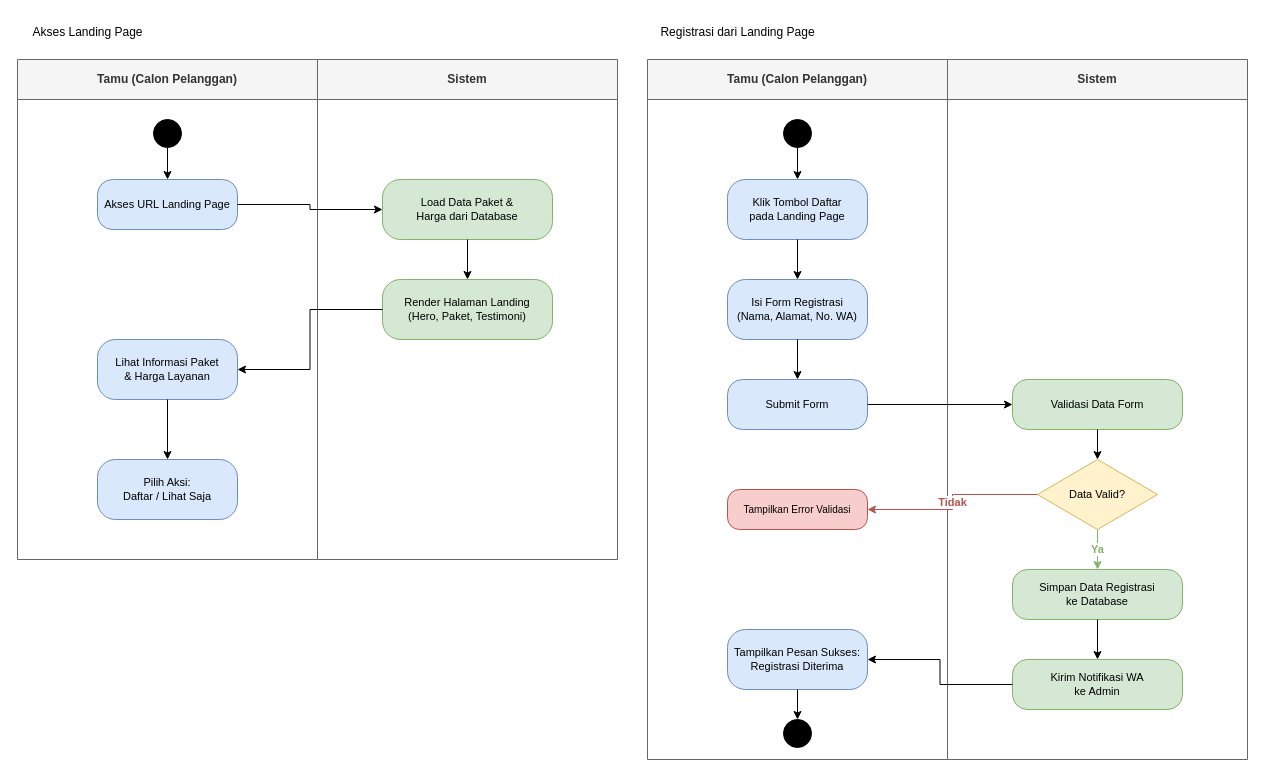
Above: diagram/activity/landing_page.drawio in quiqxiq/mikmongo (draw.io), before the change. Source tidied: cells renumbered, new cells numbered last; positions are measured from the earlier drawing's top-left corner, leaving out a move shared by most shapes. Both pictures are drawn from the tidied source at 100%, with x=0, y=0 at pixel (17, 17).
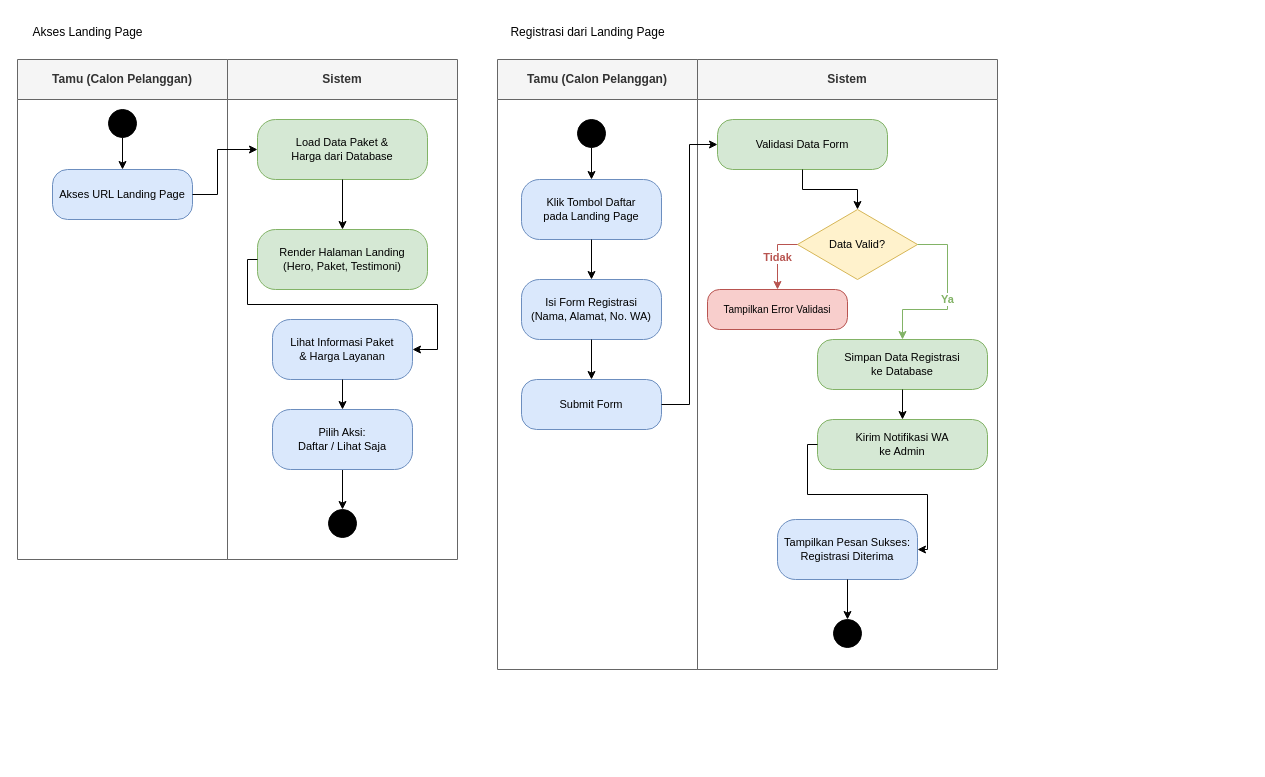
Above is the later version.

What changed in the source:
```diff
@@
     <mxCell id="3" value="Tamu (Calon Pelanggan)" style="swimlane;whiteSpace=wrap;html=1;startSize=40;fillColor=#f5f5f5;fontColor=#333333;strokeColor=#666666;" parent="1" vertex="1">
-      <mxGeometry y="42" width="300" height="500" as="geometry" />
+      <mxGeometry y="42" width="210" height="500" as="geometry" />
     </mxCell>
     <mxCell id="4" style="ellipse;fillColor=#000000;strokeColor=#000000;" parent="3" vertex="1">
-      <mxGeometry x="136" y="60" width="28" height="28" as="geometry" />
+      <mxGeometry x="91" y="50" width="28" height="28" as="geometry" />
     </mxCell>
     <mxCell id="5" value="Akses URL Landing Page" style="rounded=1;whiteSpace=wrap;html=1;fillColor=#dae8fc;strokeColor=#6c8ebf;fontSize=11;arcSize=30;" parent="3" vertex="1">
-      <mxGeometry x="80" y="120" width="140" height="50" as="geometry" />
+      <mxGeometry x="35" y="110" width="140" height="50" as="geometry" />
     </mxCell>
-    <mxCell id="6" value="Lihat Informasi Paket&#10;&amp; Harga Layanan" style="rounded=1;whiteSpace=wrap;html=1;fillColor=#dae8fc;strokeColor=#6c8ebf;fontSize=11;arcSize=30;" parent="3" vertex="1">
-      <mxGeometry x="80" y="280" width="140" height="60" as="geometry" />
-    </mxCell>
-    <mxCell id="7" value="Pilih Aksi:&#10;Daftar / Lihat Saja" style="rounded=1;whiteSpace=wrap;html=1;fillColor=#dae8fc;strokeColor=#6c8ebf;fontSize=11;arcSize=30;" parent="3" vertex="1">
-      <mxGeometry x="80" y="400" width="140" height="60" as="geometry" />
-    </mxCell>
@@
-    <mxCell id="9" style="edgeStyle=none;html=1;" parent="3" edge="1" source="6" target="7">
-      <mxGeometry relative="1" as="geometry" />
-    </mxCell>
     <mxCell id="10" value="Sistem" style="swimlane;whiteSpace=wrap;html=1;startSize=40;fillColor=#f5f5f5;fontColor=#333333;strokeColor=#666666;" parent="1" vertex="1">
-      <mxGeometry x="300" y="42" width="300" height="500" as="geometry" />
+      <mxGeometry x="210" y="42" width="230" height="500" as="geometry" />
     </mxCell>
     <mxCell id="11" value="Load Data Paket &amp;&#10;Harga dari Database" style="rounded=1;whiteSpace=wrap;html=1;fillColor=#d5e8d4;strokeColor=#82b366;fontSize=11;arcSize=30;" parent="10" vertex="1">
-      <mxGeometry x="65" y="120" width="170" height="60" as="geometry" />
+      <mxGeometry x="30" y="60" width="170" height="60" as="geometry" />
     </mxCell>
     <mxCell id="12" value="Render Halaman Landing&#10;(Hero, Paket, Testimoni)" style="rounded=1;whiteSpace=wrap;html=1;fillColor=#d5e8d4;strokeColor=#82b366;fontSize=11;arcSize=30;" parent="10" vertex="1">
-      <mxGeometry x="65" y="220" width="170" height="60" as="geometry" />
+      <mxGeometry x="30" y="170" width="170" height="60" as="geometry" />
     </mxCell>
@@
+    <mxCell id="6" value="Lihat Informasi Paket&#10;&amp; Harga Layanan" style="rounded=1;whiteSpace=wrap;html=1;fillColor=#dae8fc;strokeColor=#6c8ebf;fontSize=11;arcSize=30;" parent="10" vertex="1">
+      <mxGeometry x="45" y="260" width="140" height="60" as="geometry" />
+    </mxCell>
+    <mxCell id="15" style="edgeStyle=orthogonalEdgeStyle;rounded=0;html=1;exitX=0;exitY=0.5;exitDx=0;exitDy=0;entryX=1;entryY=0.5;entryDx=0;entryDy=0;" parent="10" edge="1" source="12" target="6">
+      <mxGeometry relative="1" as="geometry" />
+    </mxCell>
+    <mxCell id="40" style="edgeStyle=none;html=1;" parent="10" edge="1" source="7" target="41">
+      <mxGeometry relative="1" as="geometry" />
+    </mxCell>
+    <mxCell id="7" value="Pilih Aksi:&#10;Daftar / Lihat Saja" style="rounded=1;whiteSpace=wrap;html=1;fillColor=#dae8fc;strokeColor=#6c8ebf;fontSize=11;arcSize=30;" parent="10" vertex="1">
+      <mxGeometry x="45" y="350" width="140" height="60" as="geometry" />
+    </mxCell>
+    <mxCell id="9" style="edgeStyle=none;html=1;" parent="10" edge="1" source="6" target="7">
+      <mxGeometry relative="1" as="geometry" />
+    </mxCell>
+    <mxCell id="41" style="ellipse;fillColor=#000000;strokeColor=#000000;" parent="10" vertex="1">
+      <mxGeometry x="101" y="450" width="28" height="28" as="geometry" />
+    </mxCell>
     <mxCell id="14" style="edgeStyle=orthogonalEdgeStyle;rounded=0;html=1;exitX=1;exitY=0.5;exitDx=0;exitDy=0;entryX=0;entryY=0.5;entryDx=0;entryDy=0;" parent="1" edge="1" source="5" target="11">
-      <mxGeometry relative="1" as="geometry" />
+      <mxGeometry relative="1" as="geometry">
+        <Array as="points">
+          <mxPoint x="200" y="177" />
+          <mxPoint x="200" y="132" />
+        </Array>
+      </mxGeometry>
     </mxCell>
-    <mxCell id="15" style="edgeStyle=orthogonalEdgeStyle;rounded=0;html=1;exitX=0;exitY=0.5;exitDx=0;exitDy=0;entryX=1;entryY=0.5;entryDx=0;entryDy=0;" parent="1" edge="1" source="12" target="6">
-      <mxGeometry relative="1" as="geometry" />
-    </mxCell>
     <mxCell id="16" value="Registrasi dari Landing Page" style="text;html=1;align=center;verticalAlign=middle;strokeColor=none;fillColor=none;" parent="1" vertex="1">
-      <mxGeometry x="630" width="180" height="30" as="geometry" />
+      <mxGeometry x="480" width="180" height="30" as="geometry" />
     </mxCell>
     <mxCell id="17" value="Tamu (Calon Pelanggan)" style="swimlane;whiteSpace=wrap;html=1;startSize=40;fillColor=#f5f5f5;fontColor=#333333;strokeColor=#666666;" parent="1" vertex="1">
-      <mxGeometry x="630" y="42" width="300" height="700" as="geometry" />
+      <mxGeometry x="480" y="42" width="200" height="610" as="geometry" />
     </mxCell>
     <mxCell id="18" style="ellipse;fillColor=#000000;strokeColor=#000000;" parent="17" vertex="1">
-      <mxGeometry x="136" y="60" width="28" height="28" as="geometry" />
+      <mxGeometry x="80" y="60" width="28" height="28" as="geometry" />
     </mxCell>
     <mxCell id="19" value="Klik Tombol Daftar&#10;pada Landing Page" style="rounded=1;whiteSpace=wrap;html=1;fillColor=#dae8fc;strokeColor=#6c8ebf;fontSize=11;arcSize=30;" parent="17" vertex="1">
-      <mxGeometry x="80" y="120" width="140" height="60" as="geometry" />
+      <mxGeometry x="24" y="120" width="140" height="60" as="geometry" />
     </mxCell>
     <mxCell id="20" value="Isi Form Registrasi&#10;(Nama, Alamat, No. WA)" style="rounded=1;whiteSpace=wrap;html=1;fillColor=#dae8fc;strokeColor=#6c8ebf;fontSize=11;arcSize=30;" parent="17" vertex="1">
-      <mxGeometry x="80" y="220" width="140" height="60" as="geometry" />
+      <mxGeometry x="24" y="220" width="140" height="60" as="geometry" />
     </mxCell>
     <mxCell id="21" value="Submit Form" style="rounded=1;whiteSpace=wrap;html=1;fillColor=#dae8fc;strokeColor=#6c8ebf;fontSize=11;arcSize=30;" parent="17" vertex="1">
-      <mxGeometry x="80" y="320" width="140" height="50" as="geometry" />
+      <mxGeometry x="24" y="320" width="140" height="50" as="geometry" />
     </mxCell>
-    <mxCell id="22" value="Tampilkan Error Validasi" style="rounded=1;whiteSpace=wrap;html=1;fillColor=#f8cecc;strokeColor=#b85450;fontSize=10;arcSize=30;" parent="17" vertex="1">
-      <mxGeometry x="80" y="430" width="140" height="40" as="geometry" />
-    </mxCell>
-    <mxCell id="23" value="Tampilkan Pesan Sukses:&#10;Registrasi Diterima" style="rounded=1;whiteSpace=wrap;html=1;fillColor=#dae8fc;strokeColor=#6c8ebf;fontSize=11;arcSize=30;" parent="17" vertex="1">
-      <mxGeometry x="80" y="570" width="140" height="60" as="geometry" />
-    </mxCell>
-    <mxCell id="24" style="shape=doubleEllipse;fillColor=#000000;strokeColor=#000000;" parent="17" vertex="1">
-      <mxGeometry x="136" y="660" width="28" height="28" as="geometry" />
-    </mxCell>
@@
-    <mxCell id="28" style="edgeStyle=orthogonalEdgeStyle;rounded=0;html=1;" parent="17" edge="1" source="23" target="24">
-      <mxGeometry relative="1" as="geometry" />
-    </mxCell>
     <mxCell id="29" value="Sistem" style="swimlane;whiteSpace=wrap;html=1;startSize=40;fillColor=#f5f5f5;fontColor=#333333;strokeColor=#666666;" parent="1" vertex="1">
-      <mxGeometry x="930" y="42" width="300" height="700" as="geometry" />
+      <mxGeometry x="680" y="42" width="300" height="610" as="geometry" />
     </mxCell>
     <mxCell id="30" value="Validasi Data Form" style="rounded=1;whiteSpace=wrap;html=1;fillColor=#d5e8d4;strokeColor=#82b366;fontSize=11;arcSize=30;" parent="29" vertex="1">
-      <mxGeometry x="65" y="320" width="170" height="50" as="geometry" />
+      <mxGeometry x="20" y="60" width="170" height="50" as="geometry" />
     </mxCell>
     <mxCell id="31" value="Data Valid?" style="rhombus;whiteSpace=wrap;html=1;fillColor=#fff2cc;strokeColor=#d6b656;fontSize=11;" parent="29" vertex="1">
-      <mxGeometry x="90" y="400" width="120" height="70" as="geometry" />
+      <mxGeometry x="100" y="150" width="120" height="70" as="geometry" />
     </mxCell>
     <mxCell id="32" value="Simpan Data Registrasi&#10;ke Database" style="rounded=1;whiteSpace=wrap;html=1;fillColor=#d5e8d4;strokeColor=#82b366;fontSize=11;arcSize=30;" parent="29" vertex="1">
-      <mxGeometry x="65" y="510" width="170" height="50" as="geometry" />
+      <mxGeometry x="120" y="280" width="170" height="50" as="geometry" />
     </mxCell>
     <mxCell id="33" value="Kirim Notifikasi WA&#10;ke Admin" style="rounded=1;whiteSpace=wrap;html=1;fillColor=#d5e8d4;strokeColor=#82b366;fontSize=11;arcSize=30;" parent="29" vertex="1">
-      <mxGeometry x="65" y="600" width="170" height="50" as="geometry" />
+      <mxGeometry x="120" y="360" width="170" height="50" as="geometry" />
     </mxCell>
@@
-    <mxCell id="35" value="Ya" style="edgeStyle=orthogonalEdgeStyle;rounded=0;html=1;strokeColor=#82b366;fontColor=#82b366;fontStyle=1;" parent="29" edge="1" source="31" target="32">
-      <mxGeometry relative="1" as="geometry" />
+    <mxCell id="35" value="Ya" style="edgeStyle=orthogonalEdgeStyle;rounded=0;html=1;strokeColor=#82b366;fontColor=#82b366;fontStyle=1;exitX=1;exitY=0.5;exitDx=0;exitDy=0;" parent="29" edge="1" source="31" target="32">
+      <mxGeometry relative="1" as="geometry">
+        <Array as="points">
+          <mxPoint x="250" y="185" />
+          <mxPoint x="250" y="250" />
+          <mxPoint x="205" y="250" />
+        </Array>
+      </mxGeometry>
     </mxCell>
@@
+    <mxCell id="22" value="Tampilkan Error Validasi" style="rounded=1;whiteSpace=wrap;html=1;fillColor=#f8cecc;strokeColor=#b85450;fontSize=10;arcSize=30;" parent="29" vertex="1">
+      <mxGeometry x="10" y="230" width="140" height="40" as="geometry" />
+    </mxCell>
+    <mxCell id="38" value="Tidak" style="edgeStyle=orthogonalEdgeStyle;rounded=0;html=1;strokeColor=#b85450;fontColor=#b85450;fontStyle=1;exitX=0;exitY=0.5;exitDx=0;exitDy=0;entryX=0.5;entryY=0;entryDx=0;entryDy=0;" parent="29" edge="1" source="31" target="22">
+      <mxGeometry relative="1" as="geometry" />
+    </mxCell>
+    <mxCell id="23" value="Tampilkan Pesan Sukses:&#10;Registrasi Diterima" style="rounded=1;whiteSpace=wrap;html=1;fillColor=#dae8fc;strokeColor=#6c8ebf;fontSize=11;arcSize=30;" parent="29" vertex="1">
+      <mxGeometry x="80" y="460" width="140" height="60" as="geometry" />
+    </mxCell>
+    <mxCell id="39" style="edgeStyle=orthogonalEdgeStyle;rounded=0;html=1;exitX=0;exitY=0.5;exitDx=0;exitDy=0;entryX=1;entryY=0.5;entryDx=0;entryDy=0;" parent="29" edge="1" source="33" target="23">
+      <mxGeometry relative="1" as="geometry" />
+    </mxCell>
+    <mxCell id="24" style="shape=doubleEllipse;fillColor=#000000;strokeColor=#000000;" parent="29" vertex="1">
+      <mxGeometry x="136" y="560" width="28" height="28" as="geometry" />
+    </mxCell>
+    <mxCell id="28" style="edgeStyle=orthogonalEdgeStyle;rounded=0;html=1;" parent="29" edge="1" source="23" target="24">
+      <mxGeometry relative="1" as="geometry" />
+    </mxCell>
@@
-    <mxCell id="38" value="Tidak" style="edgeStyle=orthogonalEdgeStyle;rounded=0;html=1;strokeColor=#b85450;fontColor=#b85450;fontStyle=1;exitX=0;exitY=0.5;exitDx=0;exitDy=0;entryX=1;entryY=0.5;entryDx=0;entryDy=0;" parent="1" edge="1" source="31" target="22">
-      <mxGeometry relative="1" as="geometry" />
-    </mxCell>
-    <mxCell id="39" style="edgeStyle=orthogonalEdgeStyle;rounded=0;html=1;exitX=0;exitY=0.5;exitDx=0;exitDy=0;entryX=1;entryY=0.5;entryDx=0;entryDy=0;" parent="1" edge="1" source="33" target="23">
-      <mxGeometry relative="1" as="geometry" />
-    </mxCell>
```
